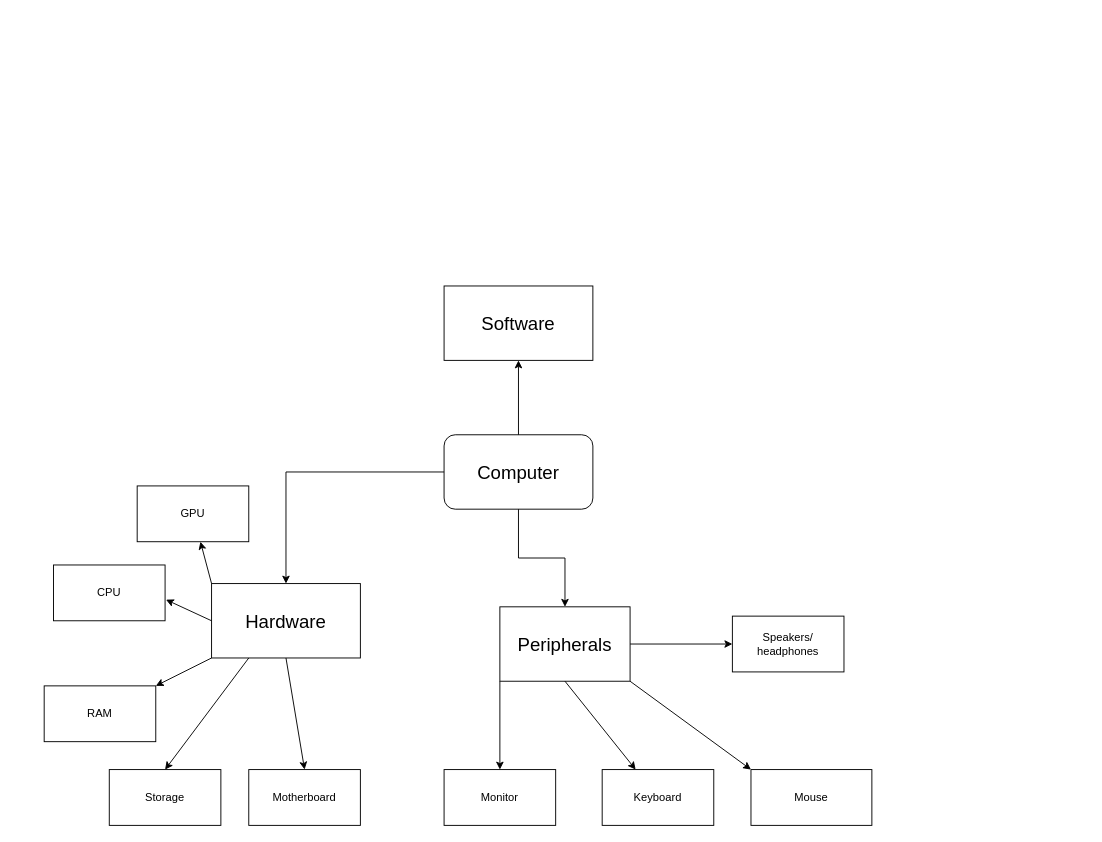
obamaspy/Random-stuff keeps this draw.io diagram as computer components.drawio. Above is the earlier version. Source tidied: cells renumbered, new cells numbered last; positions are measured from the earlier drawing's top-left corner, leaving out a move shared by most shapes. Both pictures are drawn from the tidied source at 93%, with x=0, y=0 at pixel (44, 286).
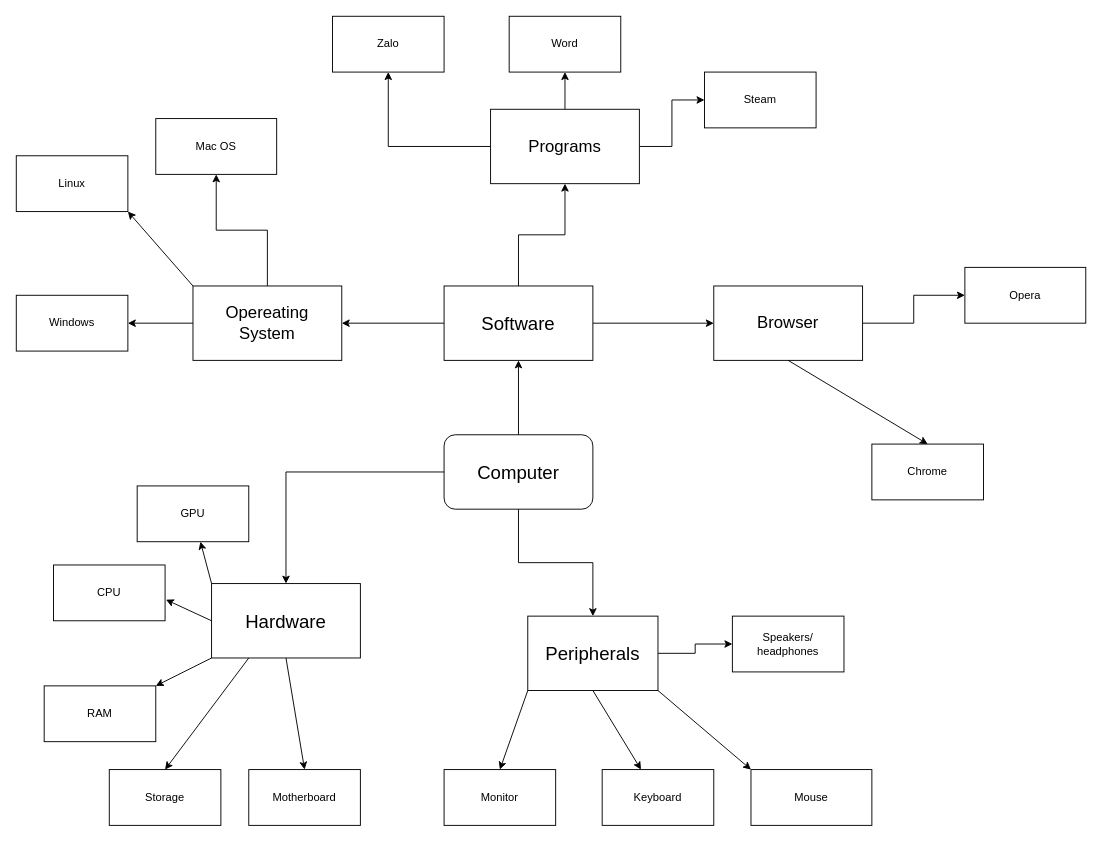
After the change.

Unchanged cells that the change refers to:
```xml
<mxCell id="38" style="whiteSpace=wrap;html=1;" parent="1" vertex="1">
  <mxGeometry x="430" width="160" height="80" as="geometry" />
</mxCell>
```

What changed in the source:
```diff
@@
     <mxCell id="25" style="whiteSpace=wrap;html=1;" parent="1" vertex="1">
-      <mxGeometry x="490" y="345" width="140" height="80" as="geometry" />
+      <mxGeometry x="520" y="355" width="140" height="80" as="geometry" />
     </mxCell>
     <mxCell id="26" value="Peripherals" style="text;html=1;strokeColor=none;fillColor=none;align=center;verticalAlign=middle;whiteSpace=wrap;rounded=0;fontSize=20;" parent="1" vertex="1">
-      <mxGeometry x="530" y="370" width="60" height="30" as="geometry" />
+      <mxGeometry x="560" y="380" width="60" height="30" as="geometry" />
     </mxCell>
@@
+    <mxCell id="40" style="edgeStyle=orthogonalEdgeStyle;rounded=0;jettySize=auto;html=1;" parent="1" edge="1" source="38" target="45">
+      <mxGeometry relative="1" as="geometry" />
+    </mxCell>
+    <mxCell id="41" style="edgeStyle=orthogonalEdgeStyle;rounded=0;jettySize=auto;html=1;" parent="1" edge="1" source="38" target="48">
+      <mxGeometry relative="1" as="geometry" />
+    </mxCell>
+    <mxCell id="42" style="edgeStyle=orthogonalEdgeStyle;rounded=0;jettySize=auto;html=1;" parent="1" edge="1" source="38" target="65">
+      <mxGeometry relative="1" as="geometry" />
+    </mxCell>
@@
+    <mxCell id="43" style="edgeStyle=orthogonalEdgeStyle;rounded=0;jettySize=auto;html=1;" parent="1" edge="1" source="45" target="50">
+      <mxGeometry relative="1" as="geometry" />
+    </mxCell>
+    <mxCell id="44" style="edgeStyle=orthogonalEdgeStyle;rounded=0;jettySize=auto;html=1;" parent="1" edge="1" source="45" target="52">
+      <mxGeometry relative="1" as="geometry" />
+    </mxCell>
+    <mxCell id="45" style="whiteSpace=wrap;html=1;" parent="1" vertex="1">
+      <mxGeometry x="160" width="160" height="80" as="geometry" />
+    </mxCell>
+    <mxCell id="46" value="Opereating&lt;br style=&quot;font-size: 18px;&quot;&gt;System" style="text;html=1;strokeColor=none;fillColor=none;align=center;verticalAlign=middle;whiteSpace=wrap;rounded=0;fontSize=18;" parent="1" vertex="1">
+      <mxGeometry x="210" y="25" width="60" height="30" as="geometry" />
+    </mxCell>
+    <mxCell id="47" style="edgeStyle=orthogonalEdgeStyle;rounded=0;jettySize=auto;html=1;" parent="1" edge="1" source="48" target="60">
+      <mxGeometry relative="1" as="geometry" />
+    </mxCell>
+    <mxCell id="48" style="whiteSpace=wrap;html=1;" parent="1" vertex="1">
+      <mxGeometry x="720" width="160" height="80" as="geometry" />
+    </mxCell>
+    <mxCell id="49" value="Browser" style="text;html=1;strokeColor=none;fillColor=none;align=center;verticalAlign=middle;whiteSpace=wrap;rounded=0;fontSize=18;" parent="1" vertex="1">
+      <mxGeometry x="770" y="25" width="60" height="30" as="geometry" />
+    </mxCell>
+    <mxCell id="50" style="whiteSpace=wrap;html=1;" parent="1" vertex="1">
+      <mxGeometry x="-30" y="10" width="120" height="60" as="geometry" />
+    </mxCell>
+    <mxCell id="51" value="Windows" style="text;html=1;strokeColor=none;fillColor=none;align=center;verticalAlign=middle;whiteSpace=wrap;rounded=0;" parent="1" vertex="1">
+      <mxGeometry y="25" width="60" height="30" as="geometry" />
+    </mxCell>
+    <mxCell id="52" style="whiteSpace=wrap;html=1;" parent="1" vertex="1">
+      <mxGeometry x="120" y="-180" width="130" height="60" as="geometry" />
+    </mxCell>
+    <mxCell id="53" value="Mac OS" style="text;html=1;strokeColor=none;fillColor=none;align=center;verticalAlign=middle;whiteSpace=wrap;rounded=0;" parent="1" vertex="1">
+      <mxGeometry x="155" y="-165" width="60" height="30" as="geometry" />
+    </mxCell>
+    <mxCell id="54" style="endArrow=classic;html=1;rounded=0;exitX=0;exitY=0;exitDx=0;exitDy=0;entryX=1;entryY=1;entryDx=0;entryDy=0;" parent="1" edge="1" source="45" target="55">
+      <mxGeometry relative="1" as="geometry" />
+    </mxCell>
+    <mxCell id="55" style="rounded=0;whiteSpace=wrap;html=1;" parent="1" vertex="1">
+      <mxGeometry x="-30" y="-140" width="120" height="60" as="geometry" />
+    </mxCell>
+    <mxCell id="56" value="Linux" style="text;html=1;strokeColor=none;fillColor=none;align=center;verticalAlign=middle;whiteSpace=wrap;rounded=0;" parent="1" vertex="1">
+      <mxGeometry y="-125" width="60" height="30" as="geometry" />
+    </mxCell>
+    <mxCell id="57" style="rounded=0;whiteSpace=wrap;html=1;" parent="1" vertex="1">
+      <mxGeometry x="890" y="170" width="120" height="60" as="geometry" />
+    </mxCell>
+    <mxCell id="58" style="endArrow=classic;html=1;rounded=0;exitX=0.5;exitY=1;exitDx=0;exitDy=0;entryX=0.5;entryY=0;entryDx=0;entryDy=0;" parent="1" edge="1" source="48" target="57">
+      <mxGeometry relative="1" as="geometry" />
+    </mxCell>
+    <mxCell id="59" value="Chrome" style="text;html=1;strokeColor=none;fillColor=none;align=center;verticalAlign=middle;whiteSpace=wrap;rounded=0;" parent="1" vertex="1">
+      <mxGeometry x="920" y="185" width="60" height="30" as="geometry" />
+    </mxCell>
+    <mxCell id="60" style="whiteSpace=wrap;html=1;" parent="1" vertex="1">
+      <mxGeometry x="990" y="-20" width="130" height="60" as="geometry" />
+    </mxCell>
+    <mxCell id="61" value="Opera" style="text;html=1;strokeColor=none;fillColor=none;align=center;verticalAlign=middle;whiteSpace=wrap;rounded=0;" parent="1" vertex="1">
+      <mxGeometry x="1025" y="-5" width="60" height="30" as="geometry" />
+    </mxCell>
+    <mxCell id="62" style="edgeStyle=orthogonalEdgeStyle;rounded=0;jettySize=auto;html=1;" parent="1" edge="1" source="65" target="67">
+      <mxGeometry relative="1" as="geometry" />
+    </mxCell>
+    <mxCell id="63" style="edgeStyle=orthogonalEdgeStyle;rounded=0;jettySize=auto;html=1;" parent="1" edge="1" source="65" target="69">
+      <mxGeometry relative="1" as="geometry" />
+    </mxCell>
+    <mxCell id="64" style="edgeStyle=orthogonalEdgeStyle;rounded=0;jettySize=auto;html=1;" parent="1" edge="1" source="65" target="71">
+      <mxGeometry relative="1" as="geometry" />
+    </mxCell>
+    <mxCell id="65" style="whiteSpace=wrap;html=1;" parent="1" vertex="1">
+      <mxGeometry x="480" y="-190" width="160" height="80" as="geometry" />
+    </mxCell>
+    <mxCell id="66" value="Programs" style="text;html=1;strokeColor=none;fillColor=none;align=center;verticalAlign=middle;whiteSpace=wrap;rounded=0;fontSize=18;" parent="1" vertex="1">
+      <mxGeometry x="530" y="-165" width="60" height="30" as="geometry" />
+    </mxCell>
+    <mxCell id="67" style="whiteSpace=wrap;html=1;" parent="1" vertex="1">
+      <mxGeometry x="500" y="-290" width="120" height="60" as="geometry" />
+    </mxCell>
+    <mxCell id="68" value="Word" style="text;html=1;strokeColor=none;fillColor=none;align=center;verticalAlign=middle;whiteSpace=wrap;rounded=0;" parent="1" vertex="1">
+      <mxGeometry x="530" y="-275" width="60" height="30" as="geometry" />
+    </mxCell>
+    <mxCell id="69" style="whiteSpace=wrap;html=1;" parent="1" vertex="1">
+      <mxGeometry x="710" y="-230" width="120" height="60" as="geometry" />
+    </mxCell>
+    <mxCell id="70" value="Steam" style="text;html=1;strokeColor=none;fillColor=none;align=center;verticalAlign=middle;whiteSpace=wrap;rounded=0;" parent="1" vertex="1">
+      <mxGeometry x="740" y="-215" width="60" height="30" as="geometry" />
+    </mxCell>
+    <mxCell id="71" style="whiteSpace=wrap;html=1;" parent="1" vertex="1">
+      <mxGeometry x="310" y="-290" width="120" height="60" as="geometry" />
+    </mxCell>
+    <mxCell id="72" value="Zalo" style="text;html=1;strokeColor=none;fillColor=none;align=center;verticalAlign=middle;whiteSpace=wrap;rounded=0;" parent="1" vertex="1">
+      <mxGeometry x="340" y="-275" width="60" height="30" as="geometry" />
+    </mxCell>
```
